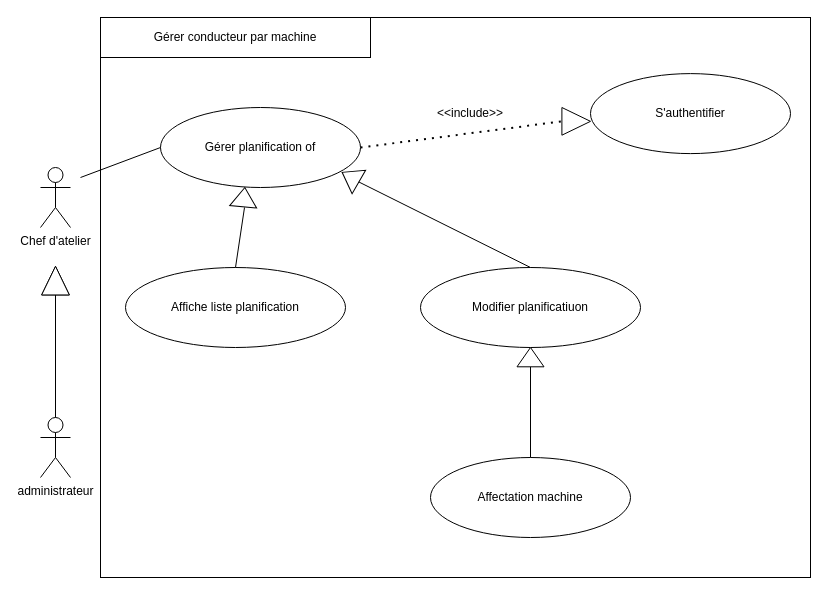
The draw.io diagram GérerPlanificationParMachine.drawio in AbdelazizBs/GPAO-SpringApp, before the edit. Source tidied: cells renumbered, new cells numbered last; positions are measured from the earlier drawing's top-left corner, leaving out a move shared by most shapes. Both pictures are drawn from the tidied source at 100%, with x=0, y=0 at pixel (40, 17).
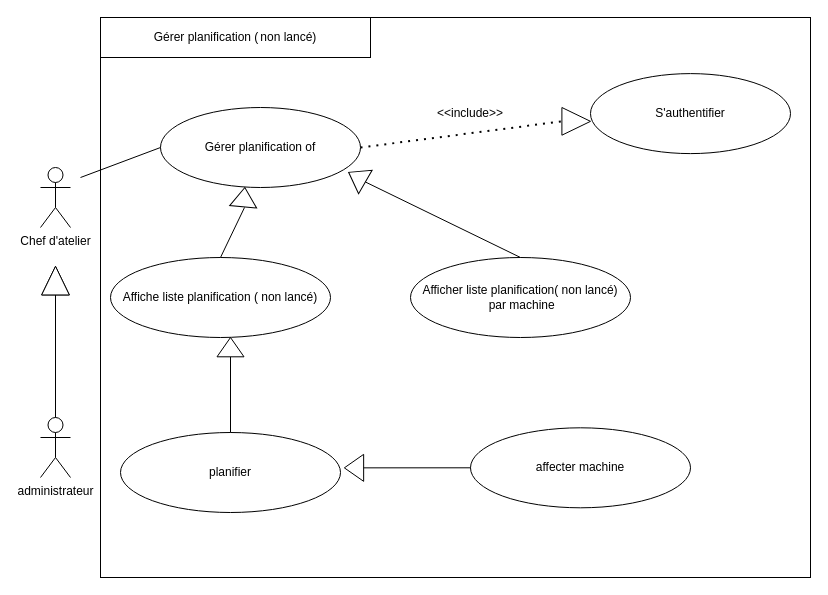
Above is the later version.

Commit message (it also covers changes not shown here):
Mettre à jour GérerPlanificationParMachine.drawio

What changed in the source:
```diff
@@
-    <mxCell id="8" value="Affiche liste planification" style="ellipse;whiteSpace=wrap;html=1;" parent="1" vertex="1">
-      <mxGeometry x="85" y="250" width="220" height="80" as="geometry" />
+    <mxCell id="8" value="Affiche liste planification (&#9;non lancé)" style="ellipse;whiteSpace=wrap;html=1;" parent="1" vertex="1">
+      <mxGeometry x="70" y="240" width="220" height="80" as="geometry" />
     </mxCell>
@@
-    <mxCell id="14" value="Affectation machine" style="ellipse;whiteSpace=wrap;html=1;" parent="1" vertex="1">
-      <mxGeometry x="390" y="440" width="200" height="80" as="geometry" />
-    </mxCell>
@@
-    <mxCell id="18" style="endArrow=none;html=1;rounded=0;entryX=0;entryY=0.5;entryDx=0;entryDy=0;exitX=0.5;exitY=0;exitDx=0;exitDy=0;" parent="1" edge="1" source="14" target="20">
-      <mxGeometry relative="1" as="geometry" />
-    </mxCell>
-    <mxCell id="19" value="Gérer conducteur par machine" style="rounded=0;whiteSpace=wrap;html=1;" parent="1" vertex="1">
+    <mxCell id="19" value="Gérer planification (&lt;span style=&quot;white-space: pre;&quot;&gt;&#9;&lt;/span&gt;non lancé)" style="rounded=0;whiteSpace=wrap;html=1;" parent="1" vertex="1">
       <mxGeometry x="60" width="270" height="40" as="geometry" />
     </mxCell>
-    <mxCell id="20" style="triangle;whiteSpace=wrap;html=1;rotation=-180;direction=south;" parent="1" vertex="1">
-      <mxGeometry x="476.5" y="330" width="27" height="19.3" as="geometry" />
-    </mxCell>
-    <mxCell id="21" value="Modifier planificatiuon" style="ellipse;whiteSpace=wrap;html=1;" parent="1" vertex="1">
-      <mxGeometry x="380" y="250" width="220" height="80" as="geometry" />
+    <mxCell id="21" value="planifier" style="ellipse;whiteSpace=wrap;html=1;" parent="1" vertex="1">
+      <mxGeometry x="80" y="415" width="220" height="80" as="geometry" />
     </mxCell>
-    <mxCell id="22" style="triangle;whiteSpace=wrap;html=1;rotation=120;direction=south;" parent="1" vertex="1">
-      <mxGeometry x="296.5" y="150" width="27" height="19.3" as="geometry" />
-    </mxCell>
-    <mxCell id="23" style="endArrow=none;html=1;rounded=0;exitX=0.5;exitY=0;exitDx=0;exitDy=0;entryX=0;entryY=0.5;entryDx=0;entryDy=0;" parent="1" edge="1" source="21" target="22">
-      <mxGeometry relative="1" as="geometry" />
-    </mxCell>
+    <mxCell id="24" value="Afficher liste planification(&#9;non lancé)&lt;br&gt;&amp;nbsp;par machine" style="ellipse;whiteSpace=wrap;html=1;" parent="1" vertex="1">
+      <mxGeometry x="370" y="240" width="220" height="80" as="geometry" />
+    </mxCell>
+    <mxCell id="25" style="triangle;whiteSpace=wrap;html=1;rotation=120;direction=south;" parent="1" vertex="1">
+      <mxGeometry x="303" y="150" width="27" height="19.3" as="geometry" />
+    </mxCell>
+    <mxCell id="26" style="endArrow=none;html=1;rounded=0;exitX=0.5;exitY=0;exitDx=0;exitDy=0;entryX=0;entryY=0.5;entryDx=0;entryDy=0;" parent="1" edge="1" source="24" target="25">
+      <mxGeometry relative="1" as="geometry" />
+    </mxCell>
+    <mxCell id="27" value="affecter machine" style="ellipse;whiteSpace=wrap;html=1;" parent="1" vertex="1">
+      <mxGeometry x="430" y="410.3" width="220" height="80" as="geometry" />
+    </mxCell>
+    <mxCell id="28" style="endArrow=none;html=1;rounded=0;exitX=0.5;exitY=0;exitDx=0;exitDy=0;entryX=0;entryY=0.5;entryDx=0;entryDy=0;" parent="1" edge="1" source="21" target="29">
+      <mxGeometry relative="1" as="geometry" />
+    </mxCell>
+    <mxCell id="29" style="triangle;whiteSpace=wrap;html=1;rotation=-180;direction=south;" parent="1" vertex="1">
+      <mxGeometry x="176.5" y="320" width="27" height="19.3" as="geometry" />
+    </mxCell>
+    <mxCell id="30" style="triangle;whiteSpace=wrap;html=1;rotation=90;direction=south;" parent="1" vertex="1">
+      <mxGeometry x="300" y="440.7" width="27" height="19.3" as="geometry" />
+    </mxCell>
+    <mxCell id="31" style="endArrow=none;html=1;rounded=0;entryX=0;entryY=0.5;entryDx=0;entryDy=0;" parent="1" edge="1" source="27" target="30">
+      <mxGeometry relative="1" as="geometry" />
+    </mxCell>
```
